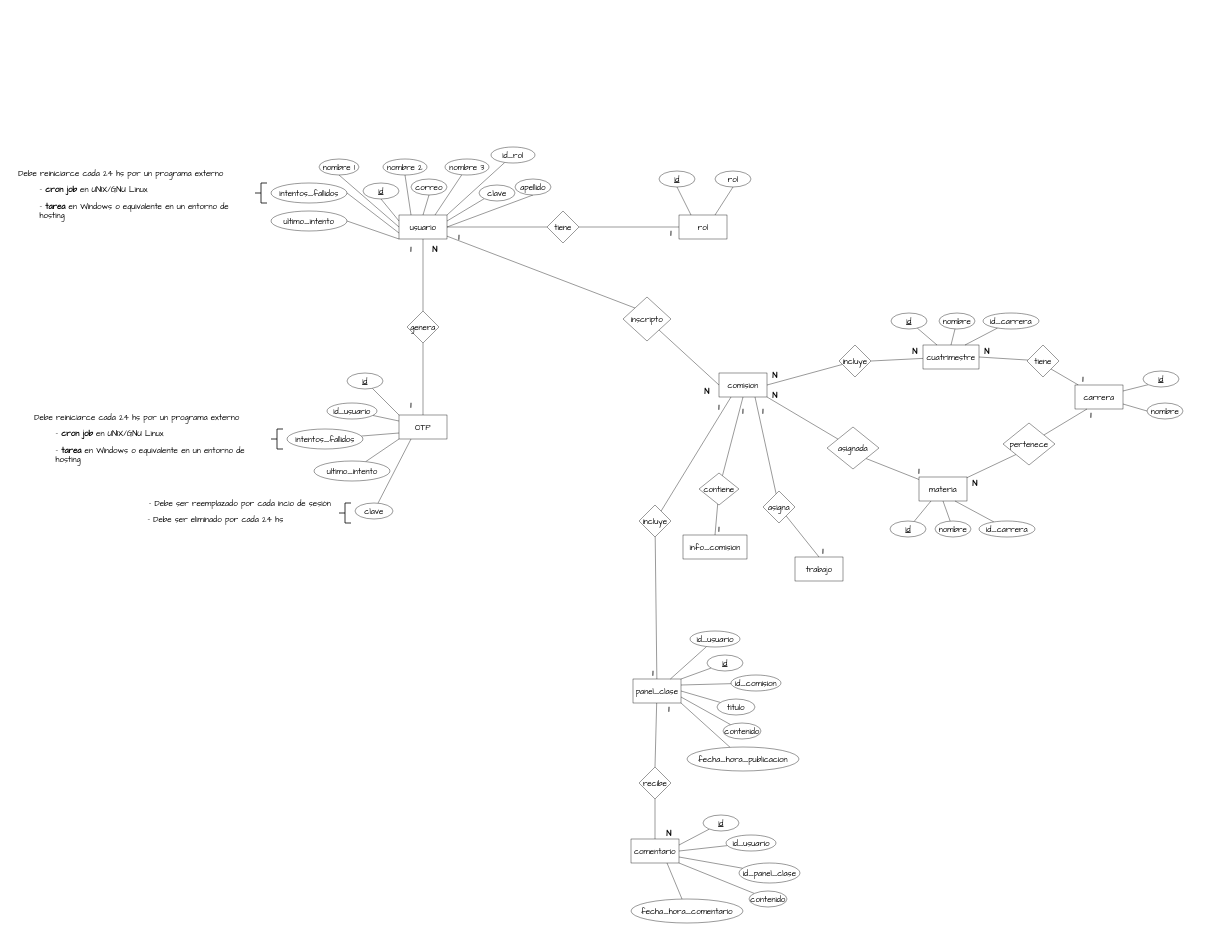
The draw.io diagram der.drawio in pr1mus-h4ck/diagramas, before the edit. Source tidied: cells renumbered, new cells numbered last; positions are measured from the earlier drawing's top-left corner, leaving out a move shared by most shapes. Both pictures are drawn from the tidied source at 40%, with x=0, y=0 at pixel (7, 147).
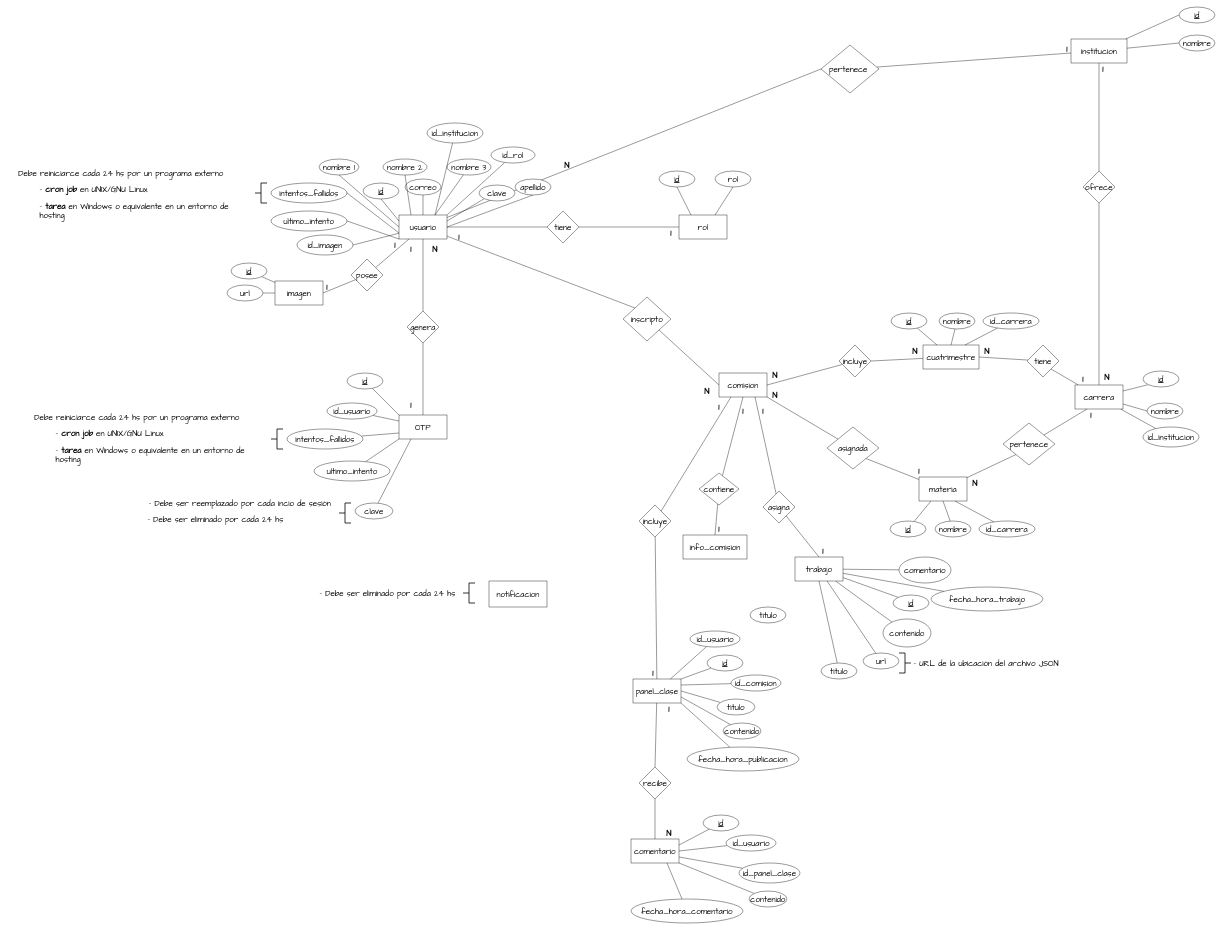
After the change.

The change refers to these unchanged cells:
```xml
<mxCell id="5" value="usuario" style="rounded=0;whiteSpace=wrap;html=1;hachureGap=4;fontFamily=Architects Daughter;fontSize=20;fillColor=default;gradientColor=none;strokeColor=default;glass=0;shadow=0;" parent="1" vertex="1">
  <mxGeometry x="980" y="170" width="120" height="60" as="geometry" />
</mxCell>
<mxCell id="57" value="carrera" style="rounded=0;whiteSpace=wrap;html=1;hachureGap=4;fontFamily=Architects Daughter;fontSize=20;fillColor=default;gradientColor=none;strokeColor=default;glass=0;shadow=0;" parent="1" vertex="1">
  <mxGeometry x="2670" y="595" width="120" height="60" as="geometry" />
</mxCell>
<mxCell id="76" value="trabajo" style="rounded=0;whiteSpace=wrap;html=1;hachureGap=4;fontFamily=Architects Daughter;fontSize=20;fillColor=default;gradientColor=none;strokeColor=default;glass=0;shadow=0;" parent="1" vertex="1">
  <mxGeometry x="1970" y="1025" width="120" height="60" as="geometry" />
</mxCell>
```

Change to the diagram source:
```diff
@@
+    <mxCell id="151" style="edgeStyle=none;html=1;endArrow=none;endFill=0;" parent="1" edge="1" source="5" target="166">
+      <mxGeometry relative="1" as="geometry" />
+    </mxCell>
+    <mxCell id="152" style="edgeStyle=none;html=1;entryX=1;entryY=0.5;entryDx=0;entryDy=0;endArrow=none;endFill=0;" parent="1" edge="1" source="5" target="169">
+      <mxGeometry relative="1" as="geometry" />
+    </mxCell>
+    <mxCell id="153" style="edgeStyle=none;html=1;entryX=0;entryY=0.5;entryDx=0;entryDy=0;endArrow=none;endFill=0;" parent="1" edge="1" source="5" target="181">
+      <mxGeometry relative="1" as="geometry" />
+    </mxCell>
@@
     <mxCell id="11" value="correo" style="ellipse;whiteSpace=wrap;html=1;rounded=0;shadow=0;glass=0;sketch=0;hachureGap=4;jiggle=2;curveFitting=1;strokeColor=default;fontFamily=Architects Daughter;fontSize=20;fillColor=default;gradientColor=none;" parent="1" vertex="1">
-      <mxGeometry x="1010" y="80" width="90" height="40" as="geometry" />
+      <mxGeometry x="995" y="80" width="90" height="40" as="geometry" />
     </mxCell>
@@
     <mxCell id="17" value="nombre 3" style="ellipse;whiteSpace=wrap;html=1;rounded=0;shadow=0;glass=0;sketch=0;hachureGap=4;jiggle=2;curveFitting=1;strokeColor=default;fontFamily=Architects Daughter;fontSize=20;fillColor=default;gradientColor=none;" parent="1" vertex="1">
-      <mxGeometry x="1095" y="30" width="110" height="40" as="geometry" />
+      <mxGeometry x="1100" y="30" width="110" height="40" as="geometry" />
     </mxCell>
@@
+    <mxCell id="154" style="edgeStyle=none;html=1;endArrow=none;endFill=0;" parent="1" edge="1" source="57" target="186">
+      <mxGeometry relative="1" as="geometry" />
+    </mxCell>
@@
+    <mxCell id="155" style="edgeStyle=none;html=1;entryX=0;entryY=0;entryDx=0;entryDy=0;endArrow=none;endFill=0;" parent="1" edge="1" source="76" target="187">
+      <mxGeometry relative="1" as="geometry" />
+    </mxCell>
+    <mxCell id="156" style="edgeStyle=none;html=1;endArrow=none;endFill=0;" parent="1" edge="1" source="76" target="188">
+      <mxGeometry relative="1" as="geometry" />
+    </mxCell>
+    <mxCell id="157" style="edgeStyle=none;html=1;endArrow=none;endFill=0;" parent="1" edge="1" source="76" target="190">
+      <mxGeometry relative="1" as="geometry" />
+    </mxCell>
+    <mxCell id="158" style="edgeStyle=none;html=1;endArrow=none;endFill=0;" parent="1" edge="1" source="76" target="191">
+      <mxGeometry relative="1" as="geometry" />
+    </mxCell>
+    <mxCell id="159" style="edgeStyle=none;html=1;endArrow=none;endFill=0;" parent="1" edge="1" source="76" target="194">
+      <mxGeometry relative="1" as="geometry" />
+    </mxCell>
@@
+    <mxCell id="160" style="edgeStyle=none;html=1;entryX=1;entryY=1;entryDx=0;entryDy=0;endArrow=none;endFill=0;" parent="1" edge="1" source="162" target="163">
+      <mxGeometry relative="1" as="geometry" />
+    </mxCell>
+    <mxCell id="161" style="edgeStyle=none;html=1;entryX=1;entryY=0.5;entryDx=0;entryDy=0;endArrow=none;endFill=0;" parent="1" edge="1" source="162" target="164">
+      <mxGeometry relative="1" as="geometry" />
+    </mxCell>
+    <mxCell id="162" value="imagen" style="rounded=0;whiteSpace=wrap;html=1;hachureGap=4;fontFamily=Architects Daughter;fontSize=20;fillColor=default;gradientColor=none;strokeColor=default;glass=0;shadow=0;" parent="1" vertex="1">
+      <mxGeometry x="670" y="335" width="120" height="60" as="geometry" />
+    </mxCell>
+    <mxCell id="163" value="id" style="ellipse;whiteSpace=wrap;html=1;rounded=0;shadow=0;glass=0;sketch=0;hachureGap=4;jiggle=2;curveFitting=1;strokeColor=default;fontFamily=Architects Daughter;fontSize=20;fillColor=default;gradientColor=none;fontStyle=4;" parent="1" vertex="1">
+      <mxGeometry x="560" y="290" width="90" height="40" as="geometry" />
+    </mxCell>
+    <mxCell id="164" value="url" style="ellipse;whiteSpace=wrap;html=1;rounded=0;shadow=0;glass=0;sketch=0;hachureGap=4;jiggle=2;curveFitting=1;strokeColor=default;fontFamily=Architects Daughter;fontSize=20;fillColor=default;gradientColor=none;" parent="1" vertex="1">
+      <mxGeometry x="550" y="345" width="90" height="40" as="geometry" />
+    </mxCell>
+    <mxCell id="165" style="edgeStyle=none;html=1;entryX=1;entryY=0.5;entryDx=0;entryDy=0;endArrow=none;endFill=0;" parent="1" edge="1" source="166" target="162">
+      <mxGeometry relative="1" as="geometry" />
+    </mxCell>
+    <mxCell id="166" value="posee" style="rhombus;whiteSpace=wrap;html=1;rounded=0;shadow=0;glass=0;sketch=0;hachureGap=4;jiggle=2;curveFitting=1;strokeColor=default;fontFamily=Architects Daughter;fontSize=20;fillColor=default;gradientColor=none;" parent="1" vertex="1">
+      <mxGeometry x="860" y="280" width="80" height="80" as="geometry" />
+    </mxCell>
+    <mxCell id="167" value="1" style="text;html=1;strokeColor=none;fillColor=none;align=center;verticalAlign=middle;whiteSpace=wrap;rounded=0;shadow=0;glass=0;sketch=0;hachureGap=4;jiggle=2;curveFitting=1;fontFamily=Architects Daughter;fontSize=20;fontStyle=1;" parent="1" vertex="1">
+      <mxGeometry x="940" y="230" width="60" height="30" as="geometry" />
+    </mxCell>
+    <mxCell id="168" value="1" style="text;html=1;strokeColor=none;fillColor=none;align=center;verticalAlign=middle;whiteSpace=wrap;rounded=0;shadow=0;glass=0;sketch=0;hachureGap=4;jiggle=2;curveFitting=1;fontFamily=Architects Daughter;fontSize=20;fontStyle=1;" parent="1" vertex="1">
+      <mxGeometry x="770" y="335" width="60" height="30" as="geometry" />
+    </mxCell>
+    <mxCell id="169" value="id_imagen" style="ellipse;whiteSpace=wrap;html=1;rounded=0;shadow=0;glass=0;sketch=0;hachureGap=4;jiggle=2;curveFitting=1;strokeColor=default;fontFamily=Architects Daughter;fontSize=20;fillColor=default;gradientColor=none;" parent="1" vertex="1">
+      <mxGeometry x="725" y="220" width="140" height="50" as="geometry" />
+    </mxCell>
+    <mxCell id="170" style="edgeStyle=none;html=1;entryX=0;entryY=0.5;entryDx=0;entryDy=0;endArrow=none;endFill=0;" parent="1" edge="1" source="174" target="175">
+      <mxGeometry relative="1" as="geometry" />
+    </mxCell>
+    <mxCell id="171" style="edgeStyle=none;html=1;entryX=0;entryY=0.5;entryDx=0;entryDy=0;endArrow=none;endFill=0;" parent="1" edge="1" source="174" target="176">
+      <mxGeometry relative="1" as="geometry" />
+    </mxCell>
+    <mxCell id="172" style="edgeStyle=none;html=1;entryX=0.5;entryY=0;entryDx=0;entryDy=0;endArrow=none;endFill=0;" parent="1" edge="1" source="174" target="178">
+      <mxGeometry relative="1" as="geometry" />
+    </mxCell>
+    <mxCell id="173" style="edgeStyle=none;html=1;endArrow=none;endFill=0;" parent="1" edge="1" source="174" target="181">
+      <mxGeometry relative="1" as="geometry" />
+    </mxCell>
+    <mxCell id="174" value="institucion" style="rounded=0;whiteSpace=wrap;html=1;hachureGap=4;fontFamily=Architects Daughter;fontSize=20;fillColor=default;gradientColor=none;strokeColor=default;glass=0;shadow=0;" parent="1" vertex="1">
+      <mxGeometry x="2660" y="-270" width="140" height="60" as="geometry" />
+    </mxCell>
+    <mxCell id="175" value="id" style="ellipse;whiteSpace=wrap;html=1;rounded=0;shadow=0;glass=0;sketch=0;hachureGap=4;jiggle=2;curveFitting=1;strokeColor=default;fontFamily=Architects Daughter;fontSize=20;fillColor=default;gradientColor=none;fontStyle=4;" parent="1" vertex="1">
+      <mxGeometry x="2930" y="-350" width="90" height="40" as="geometry" />
+    </mxCell>
+    <mxCell id="176" value="nombre" style="ellipse;whiteSpace=wrap;html=1;rounded=0;shadow=0;glass=0;sketch=0;hachureGap=4;jiggle=2;curveFitting=1;strokeColor=default;fontFamily=Architects Daughter;fontSize=20;fillColor=default;gradientColor=none;" parent="1" vertex="1">
+      <mxGeometry x="2930" y="-280" width="90" height="40" as="geometry" />
+    </mxCell>
+    <mxCell id="177" style="edgeStyle=none;html=1;entryX=0.5;entryY=0;entryDx=0;entryDy=0;endArrow=none;endFill=0;" parent="1" edge="1" source="178" target="57">
+      <mxGeometry relative="1" as="geometry" />
+    </mxCell>
+    <mxCell id="178" value="ofrece" style="rhombus;whiteSpace=wrap;html=1;rounded=0;shadow=0;glass=0;sketch=0;hachureGap=4;jiggle=2;curveFitting=1;strokeColor=default;fontFamily=Architects Daughter;fontSize=20;fillColor=default;gradientColor=none;" parent="1" vertex="1">
+      <mxGeometry x="2690" y="60" width="80" height="80" as="geometry" />
+    </mxCell>
+    <mxCell id="179" value="1" style="text;html=1;strokeColor=none;fillColor=none;align=center;verticalAlign=middle;whiteSpace=wrap;rounded=0;shadow=0;glass=0;sketch=0;hachureGap=4;jiggle=2;curveFitting=1;fontFamily=Architects Daughter;fontSize=20;fontStyle=1;" parent="1" vertex="1">
+      <mxGeometry x="2710" y="-210" width="60" height="30" as="geometry" />
+    </mxCell>
+    <mxCell id="180" value="N" style="text;html=1;strokeColor=none;fillColor=none;align=center;verticalAlign=middle;whiteSpace=wrap;rounded=0;shadow=0;glass=0;sketch=0;hachureGap=4;jiggle=2;curveFitting=1;fontFamily=Architects Daughter;fontSize=20;fontStyle=1;" parent="1" vertex="1">
+      <mxGeometry x="2720" y="560" width="60" height="30" as="geometry" />
+    </mxCell>
+    <mxCell id="181" value="pertenece&amp;nbsp;" style="rhombus;whiteSpace=wrap;html=1;rounded=0;shadow=0;glass=0;sketch=0;hachureGap=4;jiggle=2;curveFitting=1;strokeColor=default;fontFamily=Architects Daughter;fontSize=20;fillColor=default;gradientColor=none;" parent="1" vertex="1">
+      <mxGeometry x="2035" y="-255" width="145" height="120" as="geometry" />
+    </mxCell>
+    <mxCell id="182" value="1" style="text;html=1;strokeColor=none;fillColor=none;align=center;verticalAlign=middle;whiteSpace=wrap;rounded=0;shadow=0;glass=0;sketch=0;hachureGap=4;jiggle=2;curveFitting=1;fontFamily=Architects Daughter;fontSize=20;fontStyle=1;" parent="1" vertex="1">
+      <mxGeometry x="2620" y="-260" width="60" height="30" as="geometry" />
+    </mxCell>
+    <mxCell id="183" value="N" style="text;html=1;strokeColor=none;fillColor=none;align=center;verticalAlign=middle;whiteSpace=wrap;rounded=0;shadow=0;glass=0;sketch=0;hachureGap=4;jiggle=2;curveFitting=1;fontFamily=Architects Daughter;fontSize=20;fontStyle=1;" parent="1" vertex="1">
+      <mxGeometry x="1370" y="30" width="60" height="30" as="geometry" />
+    </mxCell>
+    <mxCell id="184" style="edgeStyle=none;html=1;entryX=0.75;entryY=0;entryDx=0;entryDy=0;endArrow=none;endFill=0;" parent="1" edge="1" source="185" target="5">
+      <mxGeometry relative="1" as="geometry" />
+    </mxCell>
+    <mxCell id="185" value="id_institucion" style="ellipse;whiteSpace=wrap;html=1;rounded=0;shadow=0;glass=0;sketch=0;hachureGap=4;jiggle=2;curveFitting=1;strokeColor=default;fontFamily=Architects Daughter;fontSize=20;fillColor=default;gradientColor=none;" parent="1" vertex="1">
+      <mxGeometry x="1050" y="-60" width="140" height="50" as="geometry" />
+    </mxCell>
+    <mxCell id="186" value="id_institucion" style="ellipse;whiteSpace=wrap;html=1;rounded=0;shadow=0;glass=0;sketch=0;hachureGap=4;jiggle=2;curveFitting=1;strokeColor=default;fontFamily=Architects Daughter;fontSize=20;fillColor=default;gradientColor=none;" parent="1" vertex="1">
+      <mxGeometry x="2840" y="700" width="140" height="50" as="geometry" />
+    </mxCell>
+    <mxCell id="187" value="id" style="ellipse;whiteSpace=wrap;html=1;rounded=0;shadow=0;glass=0;sketch=0;hachureGap=4;jiggle=2;curveFitting=1;strokeColor=default;fontFamily=Architects Daughter;fontSize=20;fillColor=default;gradientColor=none;fontStyle=4;" parent="1" vertex="1">
+      <mxGeometry x="2215" y="1120" width="90" height="40" as="geometry" />
+    </mxCell>
+    <mxCell id="188" value="url" style="ellipse;whiteSpace=wrap;html=1;rounded=0;shadow=0;glass=0;sketch=0;hachureGap=4;jiggle=2;curveFitting=1;strokeColor=default;fontFamily=Architects Daughter;fontSize=20;fillColor=default;gradientColor=none;" parent="1" vertex="1">
+      <mxGeometry x="2140" y="1265" width="90" height="40" as="geometry" />
+    </mxCell>
+    <mxCell id="189" value="titulo" style="ellipse;whiteSpace=wrap;html=1;rounded=0;shadow=0;glass=0;sketch=0;hachureGap=4;jiggle=2;curveFitting=1;strokeColor=default;fontFamily=Architects Daughter;fontSize=20;fillColor=default;gradientColor=none;" parent="1" vertex="1">
+      <mxGeometry x="1857.5" y="1150" width="90" height="40" as="geometry" />
+    </mxCell>
+    <mxCell id="190" value="contenido" style="ellipse;whiteSpace=wrap;html=1;rounded=0;shadow=0;glass=0;sketch=0;hachureGap=4;jiggle=2;curveFitting=1;strokeColor=default;fontFamily=Architects Daughter;fontSize=20;fillColor=default;gradientColor=none;" parent="1" vertex="1">
+      <mxGeometry x="2190" y="1180" width="120" height="70" as="geometry" />
+    </mxCell>
+    <mxCell id="191" value="comentario" style="ellipse;whiteSpace=wrap;html=1;rounded=0;shadow=0;glass=0;sketch=0;hachureGap=4;jiggle=2;curveFitting=1;strokeColor=default;fontFamily=Architects Daughter;fontSize=20;fillColor=default;gradientColor=none;" parent="1" vertex="1">
+      <mxGeometry x="2230" y="1025" width="130" height="65" as="geometry" />
+    </mxCell>
+    <mxCell id="192" style="edgeStyle=none;html=1;entryX=0.5;entryY=1;entryDx=0;entryDy=0;endArrow=none;endFill=0;" parent="1" edge="1" source="193" target="76">
+      <mxGeometry relative="1" as="geometry" />
+    </mxCell>
+    <mxCell id="193" value="titulo" style="ellipse;whiteSpace=wrap;html=1;rounded=0;shadow=0;glass=0;sketch=0;hachureGap=4;jiggle=2;curveFitting=1;strokeColor=default;fontFamily=Architects Daughter;fontSize=20;fillColor=default;gradientColor=none;" parent="1" vertex="1">
+      <mxGeometry x="2035" y="1290" width="90" height="40" as="geometry" />
+    </mxCell>
+    <mxCell id="194" value="fecha_hora_trabajo" style="ellipse;whiteSpace=wrap;html=1;rounded=0;shadow=0;glass=0;sketch=0;hachureGap=4;jiggle=2;curveFitting=1;strokeColor=default;fontFamily=Architects Daughter;fontSize=20;fillColor=default;gradientColor=none;" parent="1" vertex="1">
+      <mxGeometry x="2310" y="1100" width="280" height="60" as="geometry" />
+    </mxCell>
+    <mxCell id="195" style="strokeWidth=2;html=1;shape=mxgraph.flowchart.annotation_2;align=left;labelPosition=right;rounded=0;shadow=0;glass=0;sketch=0;hachureGap=4;jiggle=2;curveFitting=1;strokeColor=default;fontFamily=Architects Daughter;fontSize=20;fillColor=default;gradientColor=none;rotation=-180;" parent="1" vertex="1">
+      <mxGeometry x="2230" y="1265" width="30" height="50" as="geometry" />
+    </mxCell>
+    <mxCell id="196" value="- URL de la ubicación del archivo JSON&amp;nbsp;" style="text;html=1;strokeColor=none;fillColor=none;align=left;verticalAlign=middle;whiteSpace=wrap;rounded=0;shadow=0;glass=0;sketch=0;hachureGap=4;jiggle=2;curveFitting=1;fontFamily=Architects Daughter;fontSize=20;" parent="1" vertex="1">
+      <mxGeometry x="2265" y="1275" width="470" height="30" as="geometry" />
+    </mxCell>
+    <mxCell id="197" value="notificacion" style="rounded=0;whiteSpace=wrap;html=1;hachureGap=4;fontFamily=Architects Daughter;fontSize=20;fillColor=default;gradientColor=none;strokeColor=default;glass=0;shadow=0;" parent="1" vertex="1">
+      <mxGeometry x="1205" y="1085" width="145" height="65" as="geometry" />
+    </mxCell>
+    <mxCell id="198" style="strokeWidth=2;html=1;shape=mxgraph.flowchart.annotation_2;align=left;labelPosition=right;rounded=0;shadow=0;glass=0;sketch=0;hachureGap=4;jiggle=2;curveFitting=1;strokeColor=default;fontFamily=Architects Daughter;fontSize=20;fillColor=default;gradientColor=none;rotation=0;" parent="1" vertex="1">
+      <mxGeometry x="1140" y="1090" width="30" height="50" as="geometry" />
+    </mxCell>
+    <mxCell id="199" value="- Debe ser eliminado por cada 24 hs" style="text;html=1;strokeColor=none;fillColor=none;align=left;verticalAlign=middle;whiteSpace=wrap;rounded=0;shadow=0;glass=0;sketch=0;hachureGap=4;jiggle=2;curveFitting=1;fontFamily=Architects Daughter;fontSize=20;" parent="1" vertex="1">
+      <mxGeometry x="780" y="1100" width="470" height="30" as="geometry" />
+    </mxCell>
```
